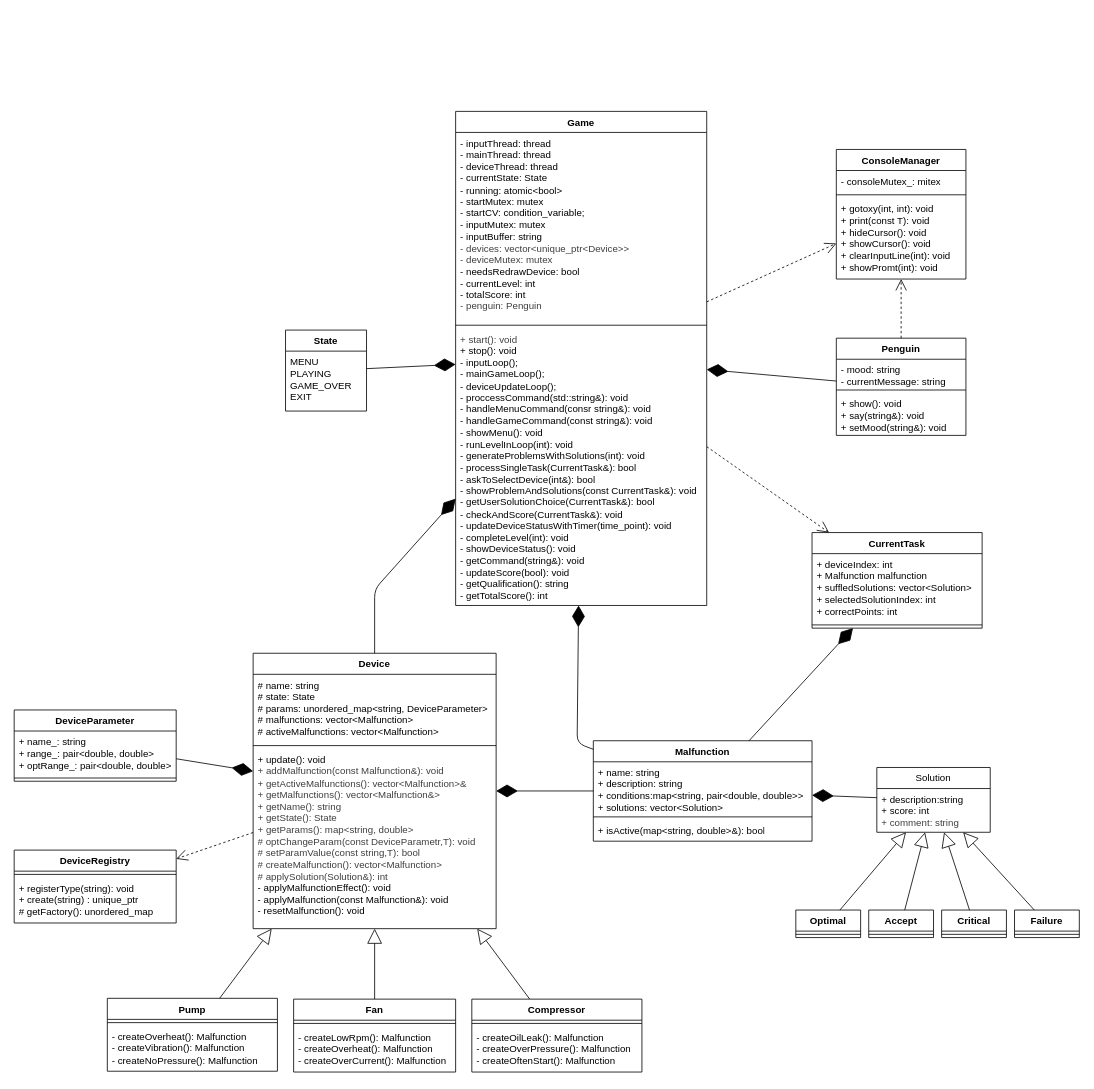
Earlier version of the draw.io diagram docs/diagram.drawio (MARGO0901/otus-finalproject). Source tidied: cells renumbered, new cells numbered last; positions are measured from the earlier drawing's top-left corner, leaving out a move shared by most shapes. Both pictures are drawn from the tidied source at 81%, with x=0, y=0 at pixel (14, 111).
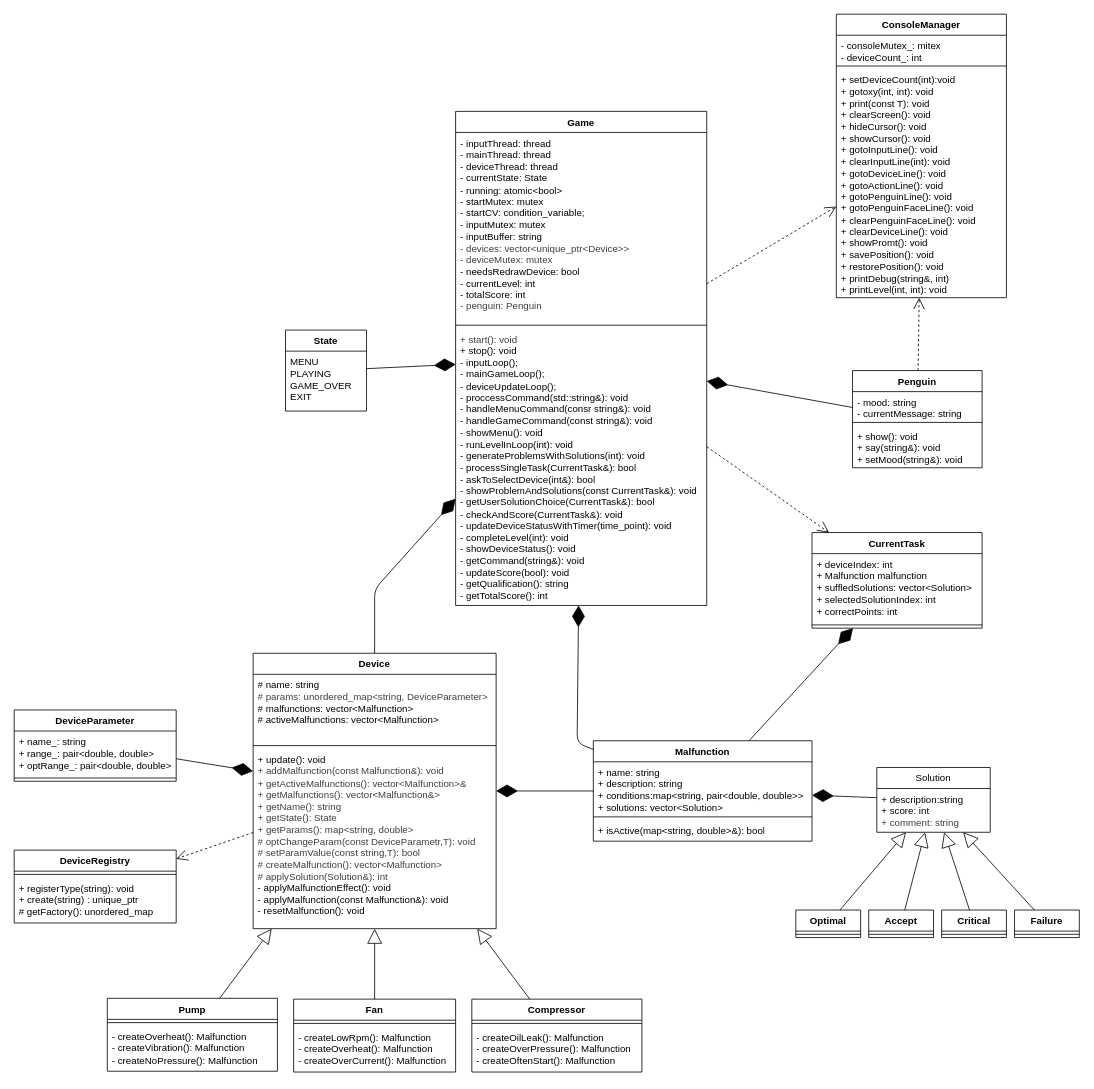
Above is the later version.

Unchanged cells that the change refers to:
```xml
<mxCell id="6" value="Device" style="swimlane;fontStyle=1;align=center;verticalAlign=top;horizontal=1;startSize=26;whiteSpace=wrap;html=1;" parent="1" vertex="1">
  <mxGeometry x="295" y="669" width="300" height="340" as="geometry" />
</mxCell>
```

What changed in the source:
```diff
@@
-    <mxCell id="7" value="# name: string&lt;div&gt;# state: State&lt;/div&gt;&lt;div&gt;# params: unordered_map&amp;lt;string, DeviceParameter&amp;gt;&lt;/div&gt;&lt;div&gt;# malfunctions: vector&amp;lt;Malfunction&amp;gt;&lt;/div&gt;&lt;div&gt;# activeMalfunctions: vector&amp;lt;Malfunction&amp;gt;&lt;/div&gt;" style="text;strokeColor=none;fillColor=none;align=left;verticalAlign=top;spacingLeft=4;spacingRight=4;overflow=hidden;whiteSpace=wrap;html=1;" parent="6" vertex="1">
+    <mxCell id="7" value="# name: string&lt;div&gt;&lt;span style=&quot;color: rgb(63, 63, 63); background-color: transparent;&quot;&gt;# params: unordered_map&amp;lt;string, DeviceParameter&amp;gt;&lt;/span&gt;&lt;div&gt;# malfunctions: vector&amp;lt;Malfunction&amp;gt;&lt;/div&gt;&lt;div&gt;# activeMalfunctions: vector&amp;lt;Malfunction&amp;gt;&lt;/div&gt;&lt;/div&gt;" style="text;strokeColor=none;fillColor=none;align=left;verticalAlign=top;spacingLeft=4;spacingRight=4;overflow=hidden;whiteSpace=wrap;html=1;" parent="6" vertex="1">
       <mxGeometry y="26" width="300" height="84" as="geometry" />
     </mxCell>
@@
     <mxCell id="25" value="Penguin" style="swimlane;fontStyle=1;align=center;verticalAlign=top;horizontal=1;startSize=26;whiteSpace=wrap;html=1;" parent="1" vertex="1">
-      <mxGeometry x="1015" y="280" width="160" height="120" as="geometry" />
+      <mxGeometry x="1035" y="320" width="160" height="120" as="geometry" />
     </mxCell>
@@
     <mxCell id="53" value="ConsoleManager" style="swimlane;fontStyle=1;align=center;verticalAlign=top;horizontal=1;startSize=26;whiteSpace=wrap;html=1;" parent="1" vertex="1">
-      <mxGeometry x="1015" y="47" width="160" height="160" as="geometry" />
+      <mxGeometry x="1015" y="-120" width="210" height="350" as="geometry" />
     </mxCell>
-    <mxCell id="54" value="- consoleMutex_: mitex" style="text;strokeColor=none;fillColor=none;align=left;verticalAlign=top;spacingLeft=4;spacingRight=4;overflow=hidden;whiteSpace=wrap;html=1;" parent="53" vertex="1">
-      <mxGeometry y="26" width="160" height="26" as="geometry" />
+    <mxCell id="54" value="- consoleMutex_: mitex&lt;div&gt;- deviceCount_: int&lt;/div&gt;" style="text;strokeColor=none;fillColor=none;align=left;verticalAlign=top;spacingLeft=4;spacingRight=4;overflow=hidden;whiteSpace=wrap;html=1;" parent="53" vertex="1">
+      <mxGeometry y="26" width="210" height="34" as="geometry" />
     </mxCell>
     <mxCell id="55" style="line;strokeWidth=1;fillColor=none;align=left;verticalAlign=middle;spacingTop=-1;spacingLeft=3;spacingRight=3;labelPosition=right;strokeColor=inherit;" parent="53" vertex="1">
-      <mxGeometry y="52" width="160" height="8" as="geometry" />
+      <mxGeometry y="60" width="210" height="8" as="geometry" />
     </mxCell>
-    <mxCell id="56" value="+ gotoxy(int, int): void&lt;div&gt;+ print(const T): void&lt;/div&gt;&lt;div&gt;+ hideCursor(): void&lt;/div&gt;&lt;div&gt;+ showCursor(): void&lt;/div&gt;&lt;div&gt;+ clearInputLine(int): void&lt;/div&gt;&lt;div&gt;+ showPromt(int): void&lt;/div&gt;" style="text;strokeColor=none;fillColor=none;align=left;verticalAlign=top;spacingLeft=4;spacingRight=4;overflow=hidden;whiteSpace=wrap;html=1;" parent="53" vertex="1">
-      <mxGeometry y="60" width="160" height="100" as="geometry" />
+    <mxCell id="56" value="&lt;div&gt;+ setDeviceCount(int):void&lt;/div&gt;+ gotoxy(int, int): void&lt;div&gt;+ print(const T): void&lt;/div&gt;&lt;div&gt;+ clearScreen(): void&lt;/div&gt;&lt;div&gt;+ hideCursor(): void&lt;/div&gt;&lt;div&gt;+ showCursor(): void&lt;/div&gt;&lt;div&gt;+ gotoInputLine(): void&lt;/div&gt;&lt;div&gt;+ clearInputLine(int): void&lt;/div&gt;&lt;div&gt;+ gotoDeviceLine(): void&lt;/div&gt;&lt;div&gt;+ gotoActionLine(): void&lt;/div&gt;&lt;div&gt;+ gotoPenguinLine(): void&lt;/div&gt;&lt;div&gt;+ gotoPenguinFaceLine(): void&lt;/div&gt;&lt;div&gt;+ clearPenguinFaceLine(): void&lt;/div&gt;&lt;div&gt;+ clearDeviceLine(): void&lt;/div&gt;&lt;div&gt;+ showPromt(): void&lt;/div&gt;&lt;div&gt;+ savePosition(): void&lt;/div&gt;&lt;div&gt;+ restorePosition(): void&lt;/div&gt;&lt;div&gt;+ printDebug(string&amp;amp;, int)&lt;/div&gt;&lt;div&gt;+ printLevel(int, int): void&lt;/div&gt;" style="text;strokeColor=none;fillColor=none;align=left;verticalAlign=top;spacingLeft=4;spacingRight=4;overflow=hidden;whiteSpace=wrap;html=1;" parent="53" vertex="1">
+      <mxGeometry y="68" width="210" height="282" as="geometry" />
     </mxCell>
```
